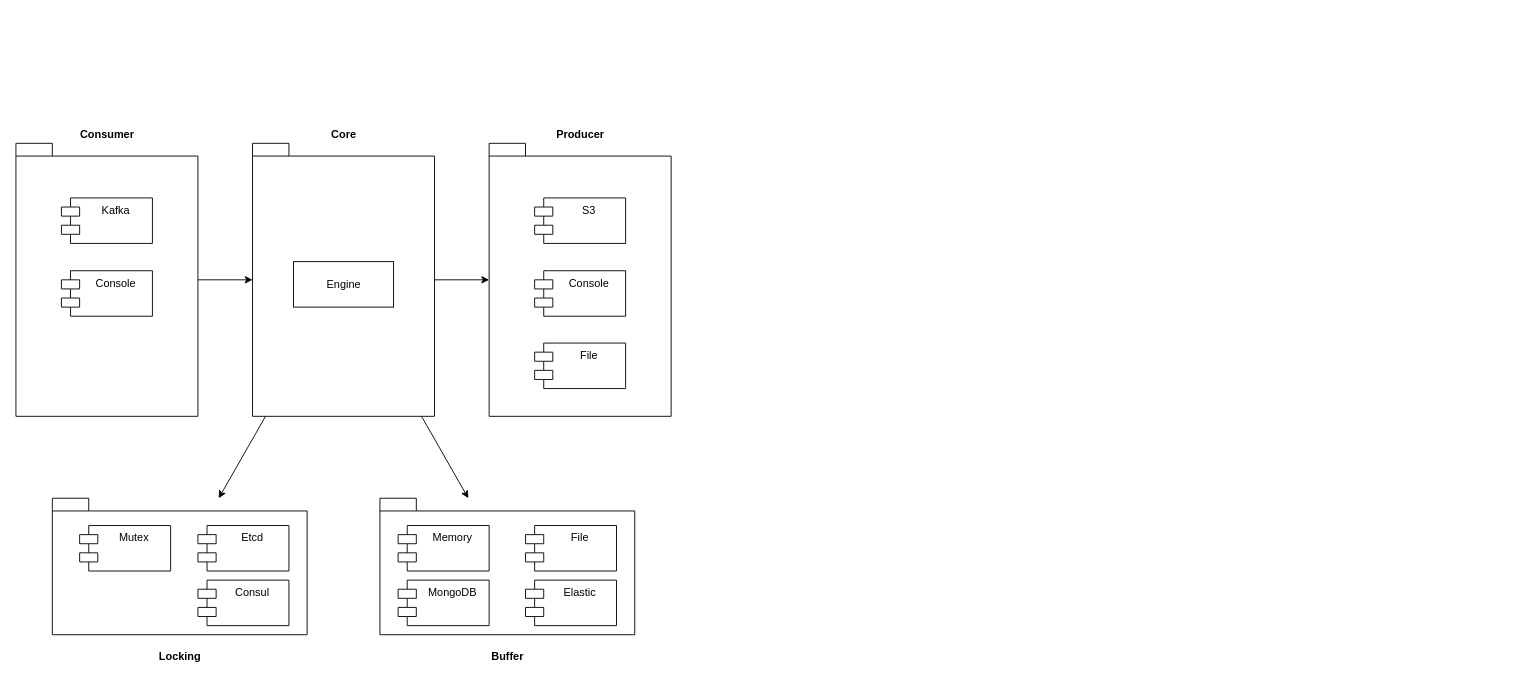
mgrzybek/go-logs-archiver keeps this draw.io diagram as docs/Architecture.drawio. Above is the earlier version. Source tidied: cells renumbered, new cells numbered last; positions are measured from the earlier drawing's top-left corner, leaving out a move shared by most shapes. Both pictures are drawn from the tidied source at 91%, with x=0, y=0 at pixel (15, 143).
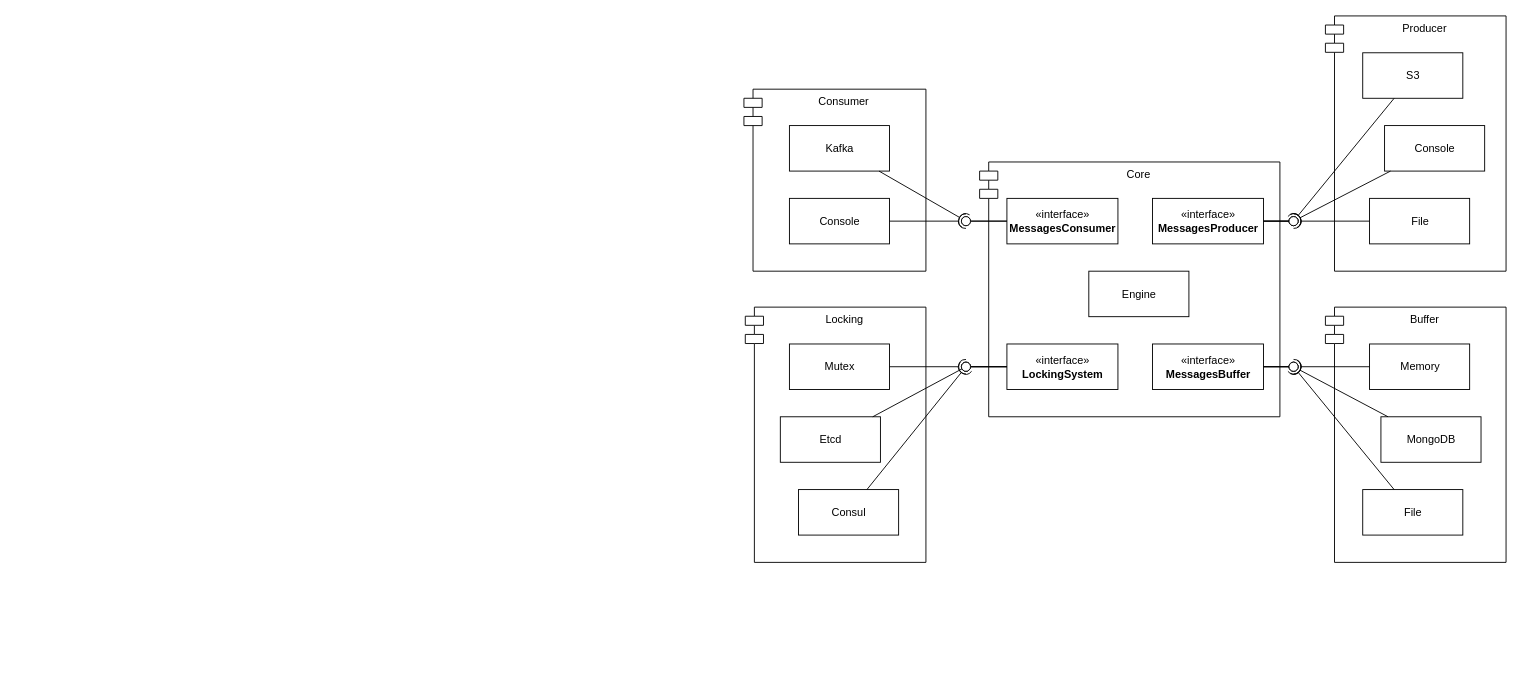
After the change.

Commit message (it also covers changes not shown here):
[docs] use better UML objects

What changed in the source:
```diff
@@
+    <mxCell id="17" value="Core" style="shape=module;align=left;spacingLeft=20;align=center;verticalAlign=top;" parent="1" vertex="1">
+      <mxGeometry x="1059" y="20.5" width="330" height="280" as="geometry" />
+    </mxCell>
+    <mxCell id="14" value="Locking" style="shape=module;align=left;spacingLeft=20;align=center;verticalAlign=top;" parent="1" vertex="1">
+      <mxGeometry x="801.5" y="180" width="198.5" height="280.5" as="geometry" />
+    </mxCell>
+    <mxCell id="11" value="Consumer" style="shape=module;align=left;spacingLeft=20;align=center;verticalAlign=top;" parent="1" vertex="1">
+      <mxGeometry x="800" y="-59.5" width="200" height="200" as="geometry" />
+    </mxCell>
+    <mxCell id="24" value="«interface»&lt;br&gt;&lt;b&gt;MessagesConsumer&lt;/b&gt;" style="html=1;" parent="1" vertex="1">
+      <mxGeometry x="1089" y="60.5" width="122" height="50" as="geometry" />
+    </mxCell>
+    <mxCell id="25" value="«interface»&lt;br&gt;&lt;b&gt;MessagesProducer&lt;/b&gt;" style="html=1;" parent="1" vertex="1">
+      <mxGeometry x="1249" y="60.5" width="122" height="50" as="geometry" />
+    </mxCell>
+    <mxCell id="26" value="«interface»&lt;br&gt;&lt;b&gt;MessagesBuffer&lt;/b&gt;" style="html=1;" parent="1" vertex="1">
+      <mxGeometry x="1249" y="220.5" width="122" height="50" as="geometry" />
+    </mxCell>
+    <mxCell id="27" value="«interface»&lt;br&gt;&lt;b&gt;LockingSystem&lt;/b&gt;" style="html=1;" parent="1" vertex="1">
+      <mxGeometry x="1089" y="220.5" width="122" height="50" as="geometry" />
+    </mxCell>
+    <mxCell id="8" value="Kafka" style="html=1;" parent="1" vertex="1">
+      <mxGeometry x="850" y="-19.5" width="110" height="50" as="geometry" />
+    </mxCell>
+    <mxCell id="28" value="Console" style="html=1;" parent="1" vertex="1">
+      <mxGeometry x="850" y="60.5" width="110" height="50" as="geometry" />
+    </mxCell>
+    <mxCell id="18" value="Engine" style="html=1;" parent="1" vertex="1">
+      <mxGeometry x="1179" y="140.5" width="110" height="50" as="geometry" />
+    </mxCell>
+    <mxCell id="29" style="rounded=0;jettySize=auto;html=1;endArrow=none;endFill=0;sketch=0;sourcePerimeterSpacing=0;targetPerimeterSpacing=0;" parent="1" edge="1" source="24" target="34">
+      <mxGeometry relative="1" as="geometry" />
+    </mxCell>
+    <mxCell id="30" style="rounded=0;jettySize=auto;html=1;endArrow=halfCircle;endFill=0;entryX=0.5;entryY=0.5;endSize=6;strokeWidth=1;sketch=0;" parent="1" edge="1" source="8" target="31">
+      <mxGeometry relative="1" as="geometry" />
+    </mxCell>
+    <mxCell id="31" style="ellipse;whiteSpace=wrap;html=1;align=center;points=[];outlineConnect=0;sketch=0;" parent="1" vertex="1">
+      <mxGeometry x="1039" y="80.5" width="10" height="10" as="geometry" />
+    </mxCell>
+    <mxCell id="32" style="rounded=0;jettySize=auto;html=1;endArrow=none;endFill=0;sketch=0;sourcePerimeterSpacing=0;targetPerimeterSpacing=0;" parent="1" edge="1" source="24" target="34">
+      <mxGeometry relative="1" as="geometry" />
+    </mxCell>
+    <mxCell id="33" style="rounded=0;jettySize=auto;html=1;endArrow=halfCircle;endFill=0;entryX=0.5;entryY=0.5;endSize=6;strokeWidth=1;sketch=0;" parent="1" edge="1" source="28" target="34">
+      <mxGeometry relative="1" as="geometry" />
+    </mxCell>
+    <mxCell id="34" style="ellipse;whiteSpace=wrap;html=1;align=center;points=[];outlineConnect=0;sketch=0;" parent="1" vertex="1">
+      <mxGeometry x="1039" y="80.5" width="10" height="10" as="geometry" />
+    </mxCell>
+    <mxCell id="23" value="Mutex" style="html=1;" parent="1" vertex="1">
+      <mxGeometry x="850" y="220.5" width="110" height="50" as="geometry" />
+    </mxCell>
+    <mxCell id="16" value="Etcd" style="html=1;" parent="1" vertex="1">
+      <mxGeometry x="840" y="300.5" width="110" height="50" as="geometry" />
+    </mxCell>
+    <mxCell id="15" value="Consul" style="html=1;" parent="1" vertex="1">
+      <mxGeometry x="860" y="380.5" width="110" height="50" as="geometry" />
+    </mxCell>
+    <mxCell id="35" style="rounded=0;jettySize=auto;html=1;endArrow=none;endFill=0;sketch=0;sourcePerimeterSpacing=0;targetPerimeterSpacing=0;" parent="1" edge="1" source="27" target="37">
+      <mxGeometry relative="1" as="geometry" />
+    </mxCell>
+    <mxCell id="36" style="rounded=0;jettySize=auto;html=1;endArrow=halfCircle;endFill=0;entryX=0.5;entryY=0.5;endSize=6;strokeWidth=1;sketch=0;" parent="1" edge="1" source="23" target="37">
+      <mxGeometry relative="1" as="geometry" />
+    </mxCell>
+    <mxCell id="37" style="ellipse;whiteSpace=wrap;html=1;align=center;points=[];outlineConnect=0;sketch=0;" parent="1" vertex="1">
+      <mxGeometry x="1039" y="240.5" width="10" height="10" as="geometry" />
+    </mxCell>
+    <mxCell id="38" style="rounded=0;jettySize=auto;html=1;endArrow=none;endFill=0;sketch=0;sourcePerimeterSpacing=0;targetPerimeterSpacing=0;" parent="1" edge="1" source="27" target="40">
+      <mxGeometry relative="1" as="geometry" />
+    </mxCell>
+    <mxCell id="39" style="rounded=0;jettySize=auto;html=1;endArrow=halfCircle;endFill=0;entryX=0.5;entryY=0.5;endSize=6;strokeWidth=1;sketch=0;startArrow=none;" parent="1" edge="1" source="65" target="40">
+      <mxGeometry relative="1" as="geometry" />
+    </mxCell>
+    <mxCell id="40" style="ellipse;whiteSpace=wrap;html=1;align=center;points=[];outlineConnect=0;sketch=0;" parent="1" vertex="1">
+      <mxGeometry x="1039" y="240.5" width="10" height="10" as="geometry" />
+    </mxCell>
+    <mxCell id="41" style="rounded=0;jettySize=auto;html=1;endArrow=none;endFill=0;sketch=0;sourcePerimeterSpacing=0;targetPerimeterSpacing=0;" parent="1" edge="1" source="27" target="65">
+      <mxGeometry relative="1" as="geometry" />
+    </mxCell>
+    <mxCell id="42" style="rounded=0;jettySize=auto;html=1;endArrow=halfCircle;endFill=0;entryX=0.5;entryY=0.5;endSize=6;strokeWidth=1;sketch=0;" parent="1" edge="1" source="15" target="65">
+      <mxGeometry relative="1" as="geometry" />
+    </mxCell>
+    <mxCell id="9" value="Buffer" style="shape=module;align=left;spacingLeft=20;align=center;verticalAlign=top;" parent="1" vertex="1">
+      <mxGeometry x="1439" y="180" width="198.5" height="280.5" as="geometry" />
+    </mxCell>
+    <mxCell id="12" value="Memory" style="html=1;" parent="1" vertex="1">
+      <mxGeometry x="1487.5" y="220.5" width="110" height="50" as="geometry" />
+    </mxCell>
+    <mxCell id="10" value="MongoDB" style="html=1;" parent="1" vertex="1">
+      <mxGeometry x="1500" y="300.5" width="110" height="50" as="geometry" />
+    </mxCell>
+    <mxCell id="43" value="File" style="html=1;" parent="1" vertex="1">
+      <mxGeometry x="1480" y="380.5" width="110" height="50" as="geometry" />
+    </mxCell>
+    <mxCell id="44" style="rounded=0;jettySize=auto;html=1;endArrow=none;endFill=0;sketch=0;sourcePerimeterSpacing=0;targetPerimeterSpacing=0;" parent="1" edge="1" source="26" target="46">
+      <mxGeometry relative="1" as="geometry" />
+    </mxCell>
+    <mxCell id="45" style="rounded=0;jettySize=auto;html=1;endArrow=halfCircle;endFill=0;entryX=0.5;entryY=0.5;endSize=6;strokeWidth=1;sketch=0;" parent="1" edge="1" source="12" target="46">
+      <mxGeometry relative="1" as="geometry" />
+    </mxCell>
+    <mxCell id="46" style="ellipse;whiteSpace=wrap;html=1;align=center;points=[];outlineConnect=0;sketch=0;" parent="1" vertex="1">
+      <mxGeometry x="1399" y="240.5" width="10" height="10" as="geometry" />
+    </mxCell>
+    <mxCell id="47" style="rounded=0;jettySize=auto;html=1;endArrow=none;endFill=0;sketch=0;sourcePerimeterSpacing=0;targetPerimeterSpacing=0;" parent="1" edge="1" source="26" target="49">
+      <mxGeometry relative="1" as="geometry" />
+    </mxCell>
+    <mxCell id="48" style="rounded=0;jettySize=auto;html=1;endArrow=halfCircle;endFill=0;entryX=0.5;entryY=0.5;endSize=6;strokeWidth=1;sketch=0;" parent="1" edge="1" source="10" target="49">
+      <mxGeometry relative="1" as="geometry" />
+    </mxCell>
+    <mxCell id="49" style="ellipse;whiteSpace=wrap;html=1;align=center;points=[];outlineConnect=0;sketch=0;" parent="1" vertex="1">
+      <mxGeometry x="1399" y="240.5" width="10" height="10" as="geometry" />
+    </mxCell>
+    <mxCell id="50" style="rounded=0;jettySize=auto;html=1;endArrow=none;endFill=0;sketch=0;sourcePerimeterSpacing=0;targetPerimeterSpacing=0;" parent="1" edge="1" source="26" target="52">
+      <mxGeometry relative="1" as="geometry" />
+    </mxCell>
+    <mxCell id="51" style="rounded=0;jettySize=auto;html=1;endArrow=halfCircle;endFill=0;entryX=0.5;entryY=0.5;endSize=6;strokeWidth=1;sketch=0;" parent="1" edge="1" source="43" target="52">
+      <mxGeometry relative="1" as="geometry" />
+    </mxCell>
+    <mxCell id="52" style="ellipse;whiteSpace=wrap;html=1;align=center;points=[];outlineConnect=0;sketch=0;" parent="1" vertex="1">
+      <mxGeometry x="1399" y="240.5" width="10" height="10" as="geometry" />
+    </mxCell>
-    <mxCell id="2" value="Producer" style="shape=folder;fontStyle=1;spacingTop=10;tabWidth=40;tabHeight=14;tabPosition=left;html=1;labelPosition=center;verticalLabelPosition=top;align=center;verticalAlign=bottom;" parent="1" vertex="1">
-      <mxGeometry x="520" width="200" height="300" as="geometry" />
+    <mxCell id="2" value="Producer" style="shape=module;align=left;spacingLeft=20;align=center;verticalAlign=top;" parent="1" vertex="1">
+      <mxGeometry x="1439" y="-140" width="198.5" height="280.5" as="geometry" />
     </mxCell>
-    <mxCell id="3" value="Console" style="shape=module;align=left;spacingLeft=20;align=center;verticalAlign=top;" parent="1" vertex="1">
-      <mxGeometry x="570" y="140" width="100" height="50" as="geometry" />
-    </mxCell>
-    <mxCell id="4" value="File" style="shape=module;align=left;spacingLeft=20;align=center;verticalAlign=top;" parent="1" vertex="1">
-      <mxGeometry x="570" y="219.5" width="100" height="50" as="geometry" />
-    </mxCell>
-    <mxCell id="5" value="S3" style="shape=module;align=left;spacingLeft=20;align=center;verticalAlign=top;" parent="1" vertex="1">
-      <mxGeometry x="570" y="60" width="100" height="50" as="geometry" />
+    <mxCell id="5" value="S3" style="html=1;" parent="1" vertex="1">
+      <mxGeometry x="1480" y="-99.5" width="110" height="50" as="geometry" />
     </mxCell>
-    <mxCell id="6" value="Consumer" style="shape=folder;fontStyle=1;spacingTop=10;tabWidth=40;tabHeight=14;tabPosition=left;html=1;labelPosition=center;verticalLabelPosition=top;align=center;verticalAlign=bottom;" parent="1" vertex="1">
-      <mxGeometry width="200" height="300" as="geometry" />
-    </mxCell>
-    <mxCell id="7" value="Console" style="shape=module;align=left;spacingLeft=20;align=center;verticalAlign=top;" parent="1" vertex="1">
-      <mxGeometry x="50" y="140" width="100" height="50" as="geometry" />
-    </mxCell>
-    <mxCell id="8" value="Kafka" style="shape=module;align=left;spacingLeft=20;align=center;verticalAlign=top;" parent="1" vertex="1">
-      <mxGeometry x="50" y="60" width="100" height="50" as="geometry" />
-    </mxCell>
-    <mxCell id="9" value="Buffer" style="shape=folder;fontStyle=1;spacingTop=10;tabWidth=40;tabHeight=14;tabPosition=left;html=1;labelPosition=center;verticalLabelPosition=bottom;align=center;verticalAlign=top;" parent="1" vertex="1">
-      <mxGeometry x="400" y="390" width="280" height="150" as="geometry" />
-    </mxCell>
-    <mxCell id="10" value="MongoDB" style="shape=module;align=left;spacingLeft=20;align=center;verticalAlign=top;" parent="1" vertex="1">
-      <mxGeometry x="420" y="480" width="100" height="50" as="geometry" />
-    </mxCell>
-    <mxCell id="11" value="File" style="shape=module;align=left;spacingLeft=20;align=center;verticalAlign=top;" parent="1" vertex="1">
-      <mxGeometry x="560" y="420" width="100" height="50" as="geometry" />
-    </mxCell>
-    <mxCell id="12" value="Memory" style="shape=module;align=left;spacingLeft=20;align=center;verticalAlign=top;" parent="1" vertex="1">
-      <mxGeometry x="420" y="420" width="100" height="50" as="geometry" />
-    </mxCell>
-    <mxCell id="13" value="Elastic" style="shape=module;align=left;spacingLeft=20;align=center;verticalAlign=top;" parent="1" vertex="1">
-      <mxGeometry x="560" y="480" width="100" height="50" as="geometry" />
-    </mxCell>
-    <mxCell id="14" value="Locking" style="shape=folder;fontStyle=1;spacingTop=10;tabWidth=40;tabHeight=14;tabPosition=left;html=1;labelPosition=center;verticalLabelPosition=bottom;align=center;verticalAlign=top;" parent="1" vertex="1">
-      <mxGeometry x="40" y="390" width="280" height="150" as="geometry" />
-    </mxCell>
-    <mxCell id="15" value="Consul" style="shape=module;align=left;spacingLeft=20;align=center;verticalAlign=top;" parent="1" vertex="1">
-      <mxGeometry x="200" y="480" width="100" height="50" as="geometry" />
-    </mxCell>
-    <mxCell id="16" value="Etcd" style="shape=module;align=left;spacingLeft=20;align=center;verticalAlign=top;" parent="1" vertex="1">
-      <mxGeometry x="200" y="420" width="100" height="50" as="geometry" />
-    </mxCell>
-    <mxCell id="17" value="Core" style="shape=folder;fontStyle=1;spacingTop=10;tabWidth=40;tabHeight=14;tabPosition=left;html=1;labelPosition=center;verticalLabelPosition=top;align=center;verticalAlign=bottom;" parent="1" vertex="1">
-      <mxGeometry x="260" width="200" height="300" as="geometry" />
-    </mxCell>
-    <mxCell id="18" value="Engine" style="html=1;" parent="1" vertex="1">
-      <mxGeometry x="305" y="130" width="110" height="50" as="geometry" />
-    </mxCell>
-    <mxCell id="19" style="endArrow=classic;html=1;rounded=0;" parent="1" edge="1" source="17" target="14">
-      <mxGeometry relative="1" as="geometry" />
-    </mxCell>
-    <mxCell id="20" style="endArrow=classic;html=1;rounded=0;" parent="1" edge="1" source="17" target="9">
-      <mxGeometry relative="1" as="geometry" />
-    </mxCell>
-    <mxCell id="21" style="endArrow=classic;html=1;rounded=0;" parent="1" edge="1" source="6" target="17">
-      <mxGeometry relative="1" as="geometry" />
-    </mxCell>
-    <mxCell id="22" style="endArrow=classic;html=1;rounded=0;" parent="1" edge="1" source="17" target="2">
-      <mxGeometry relative="1" as="geometry" />
-    </mxCell>
-    <mxCell id="23" value="Mutex" style="shape=module;align=left;spacingLeft=20;align=center;verticalAlign=top;" parent="1" vertex="1">
-      <mxGeometry x="70" y="420" width="100" height="50" as="geometry" />
-    </mxCell>
+    <mxCell id="53" value="Console" style="html=1;" parent="1" vertex="1">
+      <mxGeometry x="1504" y="-19.5" width="110" height="50" as="geometry" />
+    </mxCell>
+    <mxCell id="54" value="File" style="html=1;" parent="1" vertex="1">
+      <mxGeometry x="1487.5" y="60.5" width="110" height="50" as="geometry" />
+    </mxCell>
+    <mxCell id="55" style="rounded=0;jettySize=auto;html=1;endArrow=none;endFill=0;sketch=0;sourcePerimeterSpacing=0;targetPerimeterSpacing=0;" parent="1" edge="1" source="25" target="57">
+      <mxGeometry relative="1" as="geometry" />
+    </mxCell>
+    <mxCell id="56" style="rounded=0;jettySize=auto;html=1;endArrow=halfCircle;endFill=0;entryX=0.5;entryY=0.5;endSize=6;strokeWidth=1;sketch=0;" parent="1" edge="1" source="5" target="57">
+      <mxGeometry relative="1" as="geometry" />
+    </mxCell>
+    <mxCell id="57" style="ellipse;whiteSpace=wrap;html=1;align=center;points=[];outlineConnect=0;sketch=0;" parent="1" vertex="1">
+      <mxGeometry x="1399" y="80.5" width="10" height="10" as="geometry" />
+    </mxCell>
+    <mxCell id="58" style="rounded=0;jettySize=auto;html=1;endArrow=none;endFill=0;sketch=0;sourcePerimeterSpacing=0;targetPerimeterSpacing=0;" parent="1" edge="1" source="25" target="60">
+      <mxGeometry relative="1" as="geometry" />
+    </mxCell>
+    <mxCell id="59" style="rounded=0;jettySize=auto;html=1;endArrow=halfCircle;endFill=0;entryX=0.5;entryY=0.5;endSize=6;strokeWidth=1;sketch=0;" parent="1" edge="1" source="53" target="60">
+      <mxGeometry relative="1" as="geometry" />
+    </mxCell>
+    <mxCell id="60" style="ellipse;whiteSpace=wrap;html=1;align=center;points=[];outlineConnect=0;sketch=0;" parent="1" vertex="1">
+      <mxGeometry x="1399" y="80.5" width="10" height="10" as="geometry" />
+    </mxCell>
+    <mxCell id="61" style="rounded=0;jettySize=auto;html=1;endArrow=none;endFill=0;sketch=0;sourcePerimeterSpacing=0;targetPerimeterSpacing=0;" parent="1" edge="1" source="25" target="63">
+      <mxGeometry relative="1" as="geometry" />
+    </mxCell>
+    <mxCell id="62" style="rounded=0;jettySize=auto;html=1;endArrow=halfCircle;endFill=0;entryX=0.5;entryY=0.5;endSize=6;strokeWidth=1;sketch=0;" parent="1" edge="1" source="54" target="63">
+      <mxGeometry relative="1" as="geometry" />
+    </mxCell>
+    <mxCell id="63" style="ellipse;whiteSpace=wrap;html=1;align=center;points=[];outlineConnect=0;sketch=0;" parent="1" vertex="1">
+      <mxGeometry x="1399" y="80.5" width="10" height="10" as="geometry" />
+    </mxCell>
+    <mxCell id="64" style="rounded=0;jettySize=auto;html=1;endArrow=none;endFill=0;entryX=0.5;entryY=0.5;endSize=6;strokeWidth=1;sketch=0;" parent="1" edge="1" source="16" target="65">
+      <mxGeometry relative="1" as="geometry" />
+    </mxCell>
+    <mxCell id="65" style="ellipse;whiteSpace=wrap;html=1;align=center;points=[];outlineConnect=0;sketch=0;" parent="1" vertex="1">
+      <mxGeometry x="1039" y="240.5" width="10" height="10" as="geometry" />
+    </mxCell>
```
